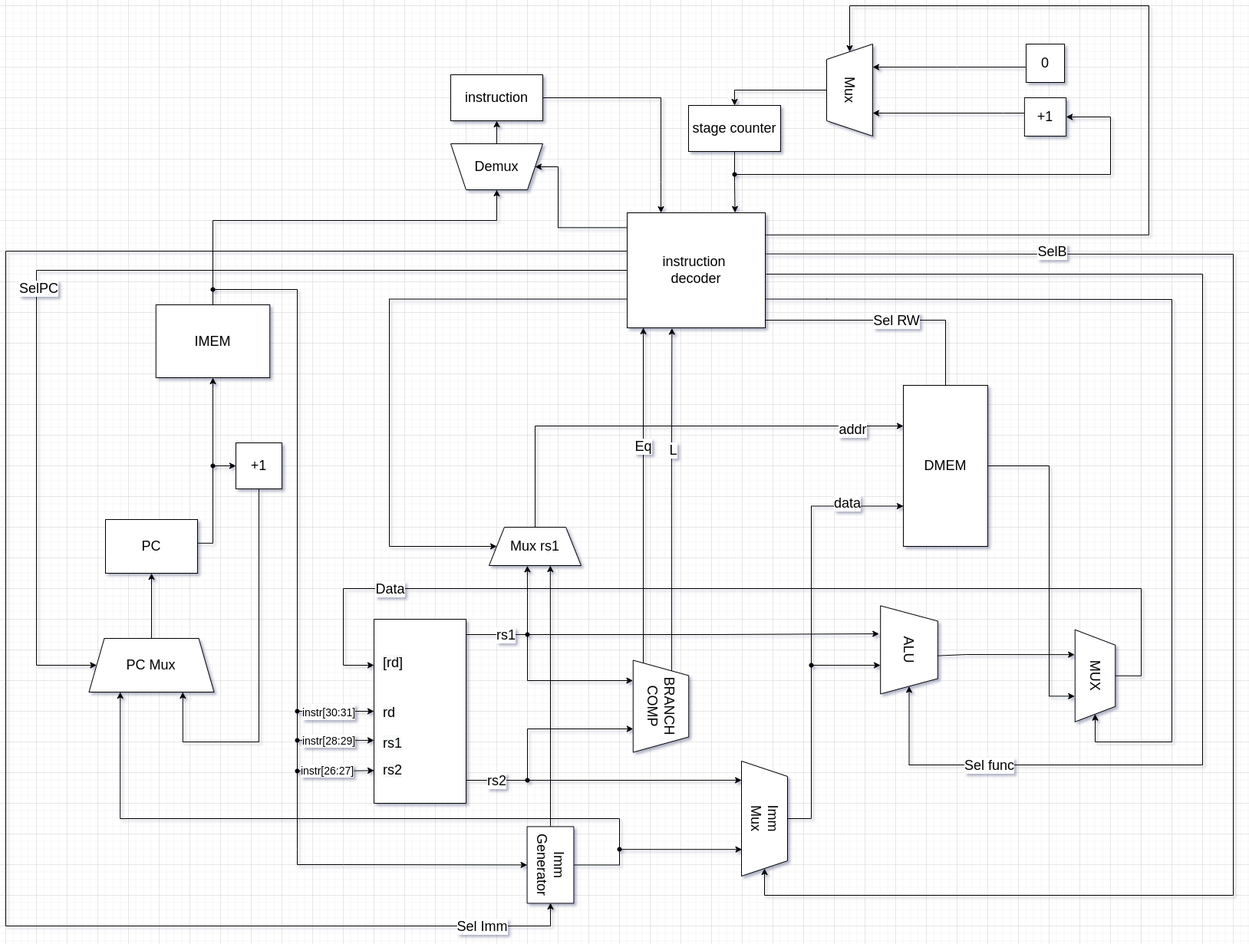
Earlier version of the draw.io export Scheme.png (rkrisanoff/risc-virtual-machine). Source tidied: cells renumbered, new cells last; positions are measured from the earlier drawing's top-left corner, leaving out a move shared by most shapes.
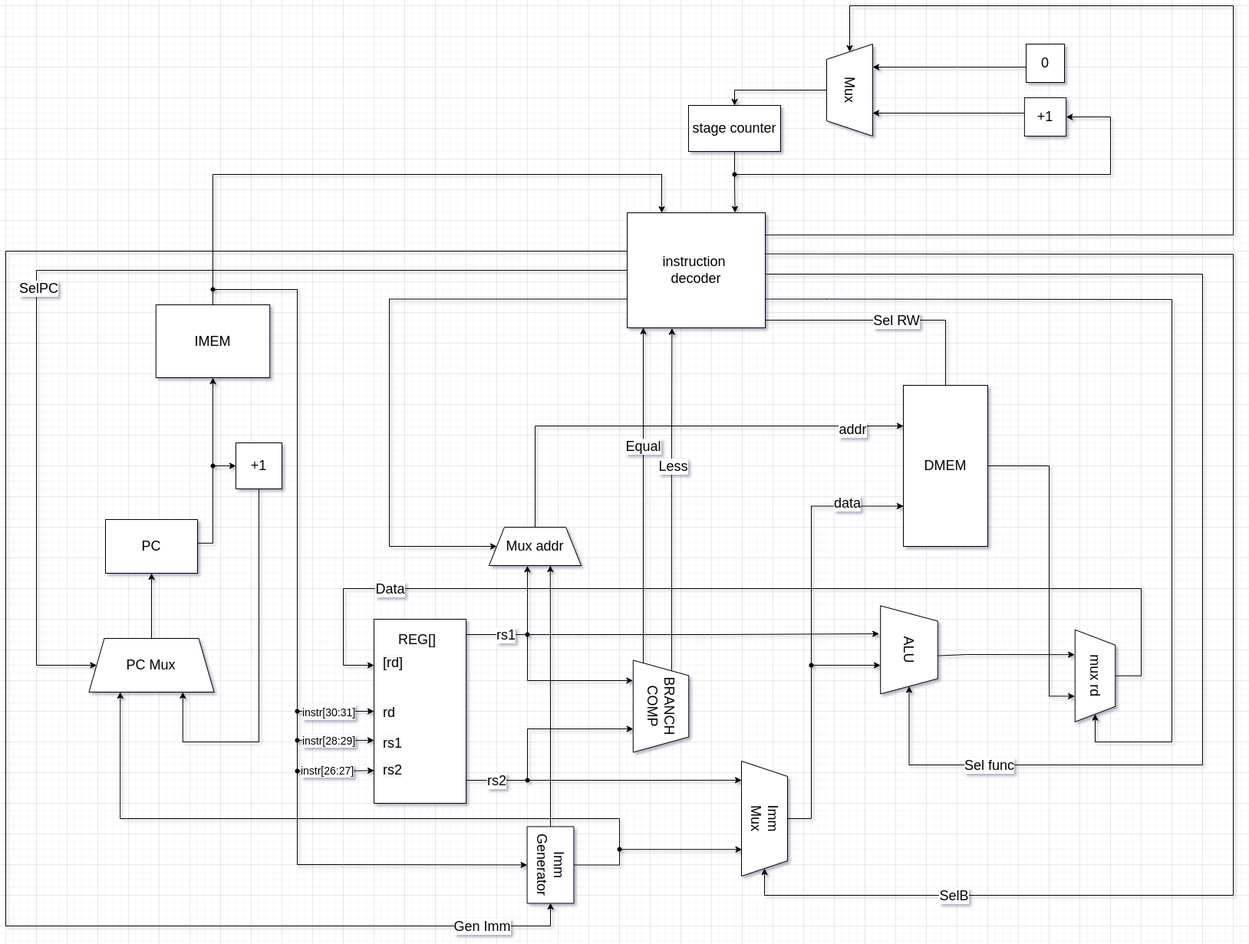
The same diagram one commit later.

What changed in the source:
```diff
@@ -84,7 +84,9 @@
       </mxGeometry>
     </mxCell>
     <mxCell id="15" value="SelB" style="edgeLabel;html=1;align=center;verticalAlign=middle;fontSize=18;" parent="14" vertex="1">
-      <mxGeometry x="-0.64" y="4" relative="1" as="geometry" />
+      <mxGeometry x="-0.64" y="4" relative="1" as="geometry">
+        <mxPoint x="-128" y="840" as="offset" />
+      </mxGeometry>
     </mxCell>
     <mxCell id="16" style="edgeStyle=orthogonalEdgeStyle;rounded=0;jettySize=auto;html=1;fontSize=14;endArrow=classic;endFill=1;exitX=0;exitY=0.395;exitDx=0;exitDy=0;exitPerimeter=0;" parent="1" edge="1" source="86">
       <mxGeometry relative="1" as="geometry">
@@ -97,7 +99,7 @@
         </Array>
       </mxGeometry>
     </mxCell>
-    <mxCell id="17" value="&lt;font style=&quot;font-size: 18px;&quot;&gt;Sel Imm&lt;/font&gt;" style="edgeLabel;html=1;align=center;verticalAlign=middle;fontSize=14;" parent="16" vertex="1">
+    <mxCell id="17" value="&lt;font style=&quot;font-size: 18px;&quot;&gt;Gen Imm&lt;/font&gt;" style="edgeLabel;html=1;align=center;verticalAlign=middle;fontSize=14;" parent="16" vertex="1">
       <mxGeometry x="-0.6" y="-1" relative="1" as="geometry">
         <mxPoint x="288" y="881" as="offset" />
       </mxGeometry>
@@ -166,15 +168,15 @@
         </Array>
       </mxGeometry>
     </mxCell>
-    <mxCell id="29" value="MUX" style="shape=trapezoid;perimeter=trapezoidPerimeter;whiteSpace=wrap;html=1;fixedSize=1;fontSize=18;rotation=90;" parent="1" vertex="1">
+    <mxCell id="29" value="mux rd" style="shape=trapezoid;perimeter=trapezoidPerimeter;whiteSpace=wrap;html=1;fixedSize=1;fontSize=18;rotation=90;" parent="1" vertex="1">
       <mxGeometry x="1360" y="847.5" width="120" height="52.5" as="geometry" />
     </mxCell>
     <mxCell id="30" style="edgeStyle=orthogonalEdgeStyle;rounded=0;jettySize=auto;html=1;exitX=0;exitY=0.25;exitDx=0;exitDy=0;entryX=0.324;entryY=1.003;entryDx=0;entryDy=0;entryPerimeter=0;" parent="1" edge="1" source="34" target="86">
       <mxGeometry relative="1" as="geometry" />
     </mxCell>
-    <mxCell id="31" value="L" style="edgeLabel;html=1;align=center;verticalAlign=middle;fontSize=18;" parent="30" vertex="1">
+    <mxCell id="31" value="Less" style="edgeLabel;html=1;align=center;verticalAlign=middle;fontSize=18;" parent="30" vertex="1">
       <mxGeometry x="0.11" y="-1" relative="1" as="geometry">
-        <mxPoint y="-40" as="offset" />
+        <mxPoint y="-26" as="offset" />
       </mxGeometry>
     </mxCell>
     <mxCell id="32" style="edgeStyle=orthogonalEdgeStyle;rounded=0;jettySize=auto;html=1;fontSize=18;exitX=0;exitY=0.75;exitDx=0;exitDy=0;entryX=0.117;entryY=0.999;entryDx=0;entryDy=0;entryPerimeter=0;" parent="1" edge="1" source="34" target="86">
@@ -186,7 +188,7 @@
         </Array>
       </mxGeometry>
     </mxCell>
-    <mxCell id="33" value="Eq" style="edgeLabel;html=1;align=center;verticalAlign=middle;fontSize=18;" parent="32" vertex="1">
+    <mxCell id="33" value="Equal" style="edgeLabel;html=1;align=center;verticalAlign=middle;fontSize=18;" parent="32" vertex="1">
       <mxGeometry x="-0.05" relative="1" as="geometry">
         <mxPoint x="-1" y="-82" as="offset" />
       </mxGeometry>
@@ -379,6 +381,9 @@
     <mxCell id="72" value="&lt;span style=&quot;color: rgb(0, 0, 0); font-family: Helvetica; font-size: 18px; font-style: normal; font-variant-ligatures: normal; font-variant-caps: normal; font-weight: 400; letter-spacing: normal; orphans: 2; text-align: center; text-indent: 0px; text-transform: none; widows: 2; word-spacing: 0px; -webkit-text-stroke-width: 0px; background-color: rgb(248, 249, 250); text-decoration-thickness: initial; text-decoration-style: initial; text-decoration-color: initial; float: none; display: inline !important;&quot;&gt;rs2&lt;/span&gt;" style="text;whiteSpace=wrap;html=1;fontSize=18;" parent="67" vertex="1">
       <mxGeometry x="10" y="180" width="70" height="50" as="geometry" />
     </mxCell>
+    <mxCell id="103" value="&lt;span style=&quot;color: rgb(0, 0, 0); font-family: Helvetica; font-size: 18px; font-style: normal; font-variant-ligatures: normal; font-variant-caps: normal; font-weight: 400; letter-spacing: normal; orphans: 2; text-align: center; text-indent: 0px; text-transform: none; widows: 2; word-spacing: 0px; -webkit-text-stroke-width: 0px; background-color: rgb(251, 251, 251); text-decoration-thickness: initial; text-decoration-style: initial; text-decoration-color: initial; float: none; display: inline !important;&quot;&gt;REG[]&lt;/span&gt;" style="text;whiteSpace=wrap;html=1;fontSize=18;" parent="67" vertex="1">
+      <mxGeometry x="30" y="10" width="80" height="50" as="geometry" />
+    </mxCell>
     <mxCell id="73" value="&lt;font style=&quot;font-size: 18px;&quot;&gt;DMEM&lt;/font&gt;" style="rounded=0;whiteSpace=wrap;html=1;" parent="1" vertex="1">
       <mxGeometry x="1170" y="495" width="110" height="210" as="geometry" />
     </mxCell>
@@ -399,37 +404,20 @@
     <mxCell id="77" value="addr" style="edgeLabel;html=1;align=center;verticalAlign=middle;fontSize=18;" parent="76" vertex="1">
       <mxGeometry x="0.78" y="-4" relative="1" as="geometry" />
     </mxCell>
-    <mxCell id="78" value="&lt;font style=&quot;font-size: 18px;&quot;&gt;Mux rs1&lt;/font&gt;" style="shape=trapezoid;perimeter=trapezoidPerimeter;whiteSpace=wrap;html=1;fixedSize=1;" parent="1" vertex="1">
+    <mxCell id="78" value="&lt;font style=&quot;font-size: 18px;&quot;&gt;Mux addr&lt;/font&gt;" style="shape=trapezoid;perimeter=trapezoidPerimeter;whiteSpace=wrap;html=1;fixedSize=1;" parent="1" vertex="1">
       <mxGeometry x="630" y="680" width="120" height="50" as="geometry" />
     </mxCell>
-    <mxCell id="79" style="edgeStyle=orthogonalEdgeStyle;rounded=0;orthogonalLoop=1;jettySize=auto;html=1;fontSize=18;startArrow=none;" parent="1" edge="1">
-      <mxGeometry relative="1" as="geometry">
-        <mxPoint x="854" y="230" as="sourcePoint" />
-        <mxPoint x="854" y="270" as="targetPoint" />
-        <Array as="points">
-          <mxPoint x="854" y="270" />
-        </Array>
-      </mxGeometry>
-    </mxCell>
     <mxCell id="80" style="edgeStyle=orthogonalEdgeStyle;rounded=0;jettySize=auto;html=1;entryX=0.781;entryY=-0.002;entryDx=0;entryDy=0;fontSize=18;entryPerimeter=0;" parent="1" edge="1" source="81" target="86">
       <mxGeometry relative="1" as="geometry" />
     </mxCell>
     <mxCell id="81" value="&lt;font style=&quot;font-size: 18px;&quot;&gt;stage counter&lt;/font&gt;" style="rounded=0;whiteSpace=wrap;html=1;" parent="1" vertex="1">
       <mxGeometry x="890" y="130" width="120" height="60" as="geometry" />
     </mxCell>
-    <mxCell id="82" style="edgeStyle=orthogonalEdgeStyle;rounded=0;jettySize=auto;html=1;fontSize=18;entryX=1;entryY=0.5;entryDx=0;entryDy=0;exitX=0.001;exitY=0.129;exitDx=0;exitDy=0;exitPerimeter=0;" parent="1" edge="1" source="86" target="97">
-      <mxGeometry relative="1" as="geometry">
-        <Array as="points">
-          <mxPoint x="720" y="289" />
-          <mxPoint x="720" y="210" />
-        </Array>
-      </mxGeometry>
-    </mxCell>
     <mxCell id="83" style="edgeStyle=orthogonalEdgeStyle;rounded=0;jettySize=auto;html=1;fontSize=18;entryX=1;entryY=0.5;entryDx=0;entryDy=0;exitX=1.003;exitY=0.192;exitDx=0;exitDy=0;exitPerimeter=0;" parent="1" edge="1" source="86" target="91">
       <mxGeometry relative="1" as="geometry">
         <Array as="points">
-          <mxPoint x="1490" y="299" />
-          <mxPoint x="1490" />
+          <mxPoint x="1600" y="299" />
+          <mxPoint x="1600" />
           <mxPoint x="1100" />
         </Array>
       </mxGeometry>
@@ -485,25 +473,11 @@
     <mxCell id="93" value="0" style="rounded=0;whiteSpace=wrap;html=1;fontSize=18;" parent="1" vertex="1">
       <mxGeometry x="1330" y="50" width="50" height="50" as="geometry" />
     </mxCell>
-    <mxCell id="94" style="edgeStyle=orthogonalEdgeStyle;rounded=0;jettySize=auto;html=1;fontSize=18;endArrow=none;endFill=0;" parent="1" edge="1" source="95">
-      <mxGeometry relative="1" as="geometry">
-        <mxPoint x="854" y="230" as="targetPoint" />
-      </mxGeometry>
-    </mxCell>
-    <mxCell id="95" value="instruction" style="rounded=0;whiteSpace=wrap;html=1;fontSize=18;" parent="1" vertex="1">
-      <mxGeometry x="580" y="90" width="120" height="60" as="geometry" />
-    </mxCell>
-    <mxCell id="96" style="edgeStyle=orthogonalEdgeStyle;rounded=0;jettySize=auto;html=1;entryX=0.5;entryY=1;entryDx=0;entryDy=0;fontSize=18;exitX=0.5;exitY=0;exitDx=0;exitDy=0;" parent="1" edge="1" source="97" target="95">
-      <mxGeometry relative="1" as="geometry" />
-    </mxCell>
-    <mxCell id="97" value="Demux" style="shape=trapezoid;perimeter=trapezoidPerimeter;whiteSpace=wrap;html=1;fixedSize=1;fontSize=18;rotation=0;flipV=1;" parent="1" vertex="1">
-      <mxGeometry x="580" y="180" width="120" height="60" as="geometry" />
-    </mxCell>
-    <mxCell id="98" style="edgeStyle=orthogonalEdgeStyle;rounded=0;jettySize=auto;html=1;entryX=0.5;entryY=1;entryDx=0;entryDy=0;fontSize=18;startArrow=none;" parent="1" edge="1" source="101" target="97">
+    <mxCell id="98" style="edgeStyle=orthogonalEdgeStyle;rounded=0;jettySize=auto;html=1;entryX=0.25;entryY=0;entryDx=0;entryDy=0;fontSize=18;startArrow=none;" parent="1" edge="1" source="101" target="86">
       <mxGeometry relative="1" as="geometry">
         <Array as="points">
-          <mxPoint x="270" y="280" />
-          <mxPoint x="640" y="280" />
+          <mxPoint x="270" y="220" />
+          <mxPoint x="855" y="220" />
         </Array>
       </mxGeometry>
     </mxCell>
```
